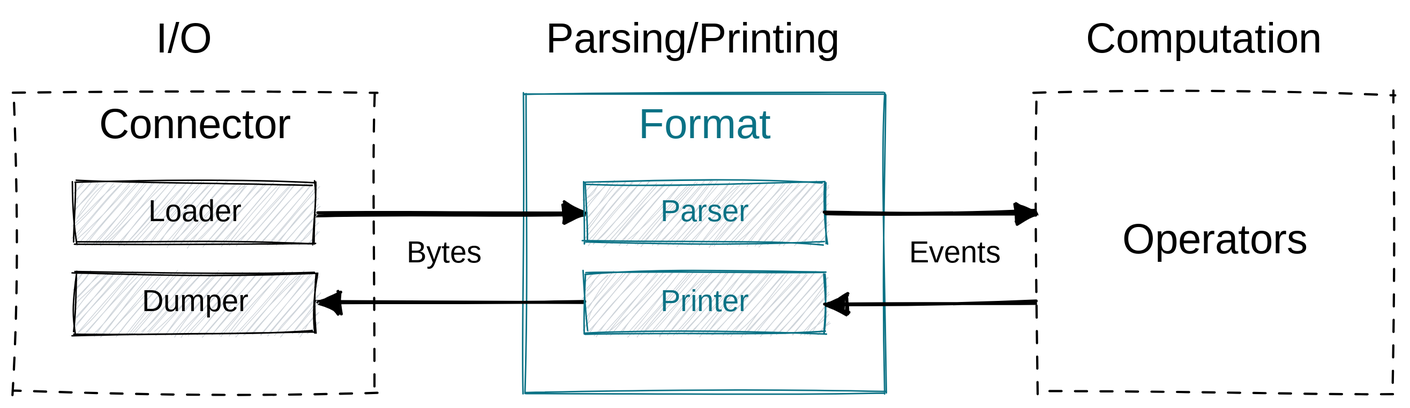
tenzir/tenzir keeps this Excalidraw diagram as web/docs/understand/formats/format.excalidraw.svg. Above is the earlier version. Source tidied: one line per element, renumbered; positions are measured from the earlier drawing's top-left corner, leaving out a move shared by most shapes.
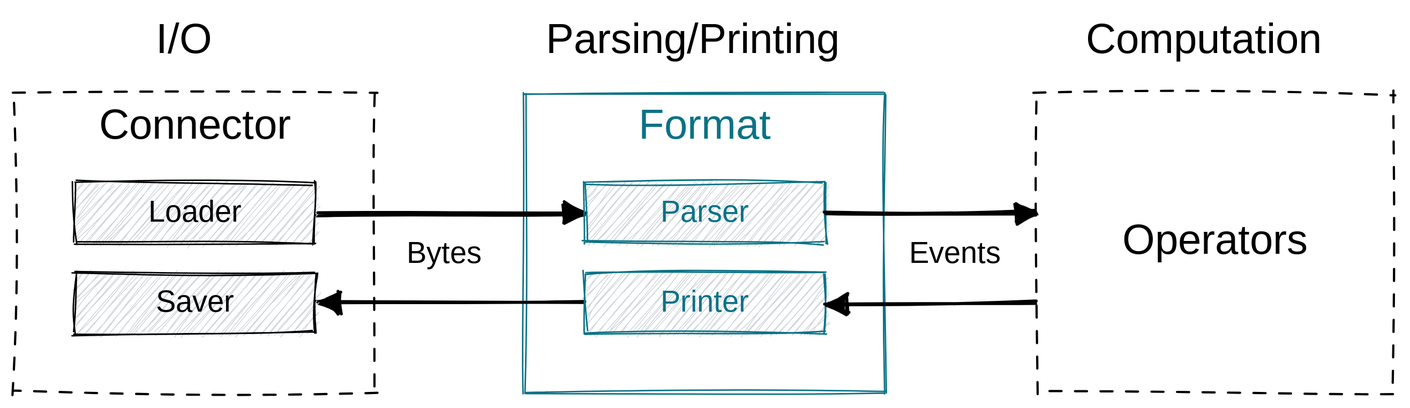
The same file after the commit.

Commit message:
Rename remnants of "dumper" to "saver"

Change to the diagram source:
```diff
@@ -14,7 +14,7 @@
 {"id": 13, "type": "rectangle", "strokeColor": "#000000", "backgroundColor": "#ced4da", "fillStyle": "hachure", "strokeWidth": 1, "roughness": 1, "x": 40, "y": 112, "width": 160, "height": 40}
 {"id": 14, "type": "text", "text": "Loader", "strokeColor": "#000000", "strokeWidth": 1, "roughness": 1, "fontSize": 20, "fontFamily": 1, "textAlign": "center", "verticalAlign": "middle", "inside": 13, "x": 86, "y": 120, "width": 69, "height": 25}
 {"id": 15, "type": "rectangle", "strokeColor": "#000000", "backgroundColor": "#ced4da", "fillStyle": "hachure", "strokeWidth": 1, "roughness": 1, "x": 40, "y": 172, "width": 160, "height": 40}
-{"id": 16, "type": "text", "text": "Dumper", "strokeColor": "#000000", "strokeWidth": 1, "roughness": 1, "fontSize": 20, "fontFamily": 1, "textAlign": "center", "verticalAlign": "middle", "inside": 15, "x": 84, "y": 180, "width": 71, "height": 25}
+{"id": 16, "type": "text", "text": "Saver", "strokeColor": "#000000", "strokeWidth": 1, "roughness": 1, "fontSize": 20, "fontFamily": 1, "textAlign": "center", "verticalAlign": "middle", "inside": 15, "x": 92, "y": 180, "width": 55, "height": 25}
 {"id": 17, "type": "arrow", "strokeColor": "#000000", "strokeWidth": 2, "roughness": 1, "endArrowhead": "triangle", "from": 9, "to": 0, "x": 541, "y": 132, "width": 139, "height": 0, "points": [[0, 0], [139, 0]]}
 {"id": 18, "type": "arrow", "strokeColor": "#000000", "strokeWidth": 2, "roughness": 1, "startArrowhead": "triangle", "from": 11, "to": 0, "x": 540, "y": 192, "width": 140, "height": 0, "points": [[0, 0], [140, 0]]}
 {"id": 19, "type": "text", "text": "I/O", "strokeColor": "#000000", "strokeWidth": 1, "roughness": 1, "fontSize": 28, "fontFamily": 1, "x": 94, "y": 0, "width": 52, "height": 36}
```
